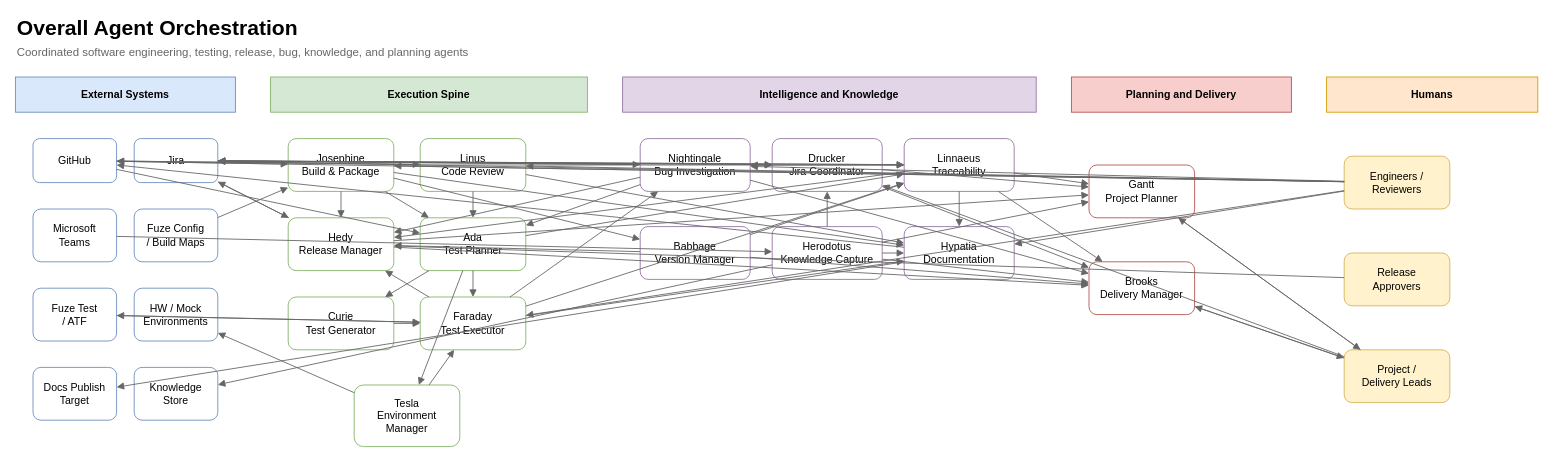
The draw.io diagram docs/diagrams/workforce/AGENT_ORCHESTRATION.drawio in jmac-cornelis/agent-workforce, before the edit. Source tidied: cells renumbered, new cells numbered last; positions are measured from the earlier drawing's top-left corner, leaving out a move shared by most shapes. Both pictures are drawn from the tidied source at 88%, with x=0, y=0 at pixel (15, 15).
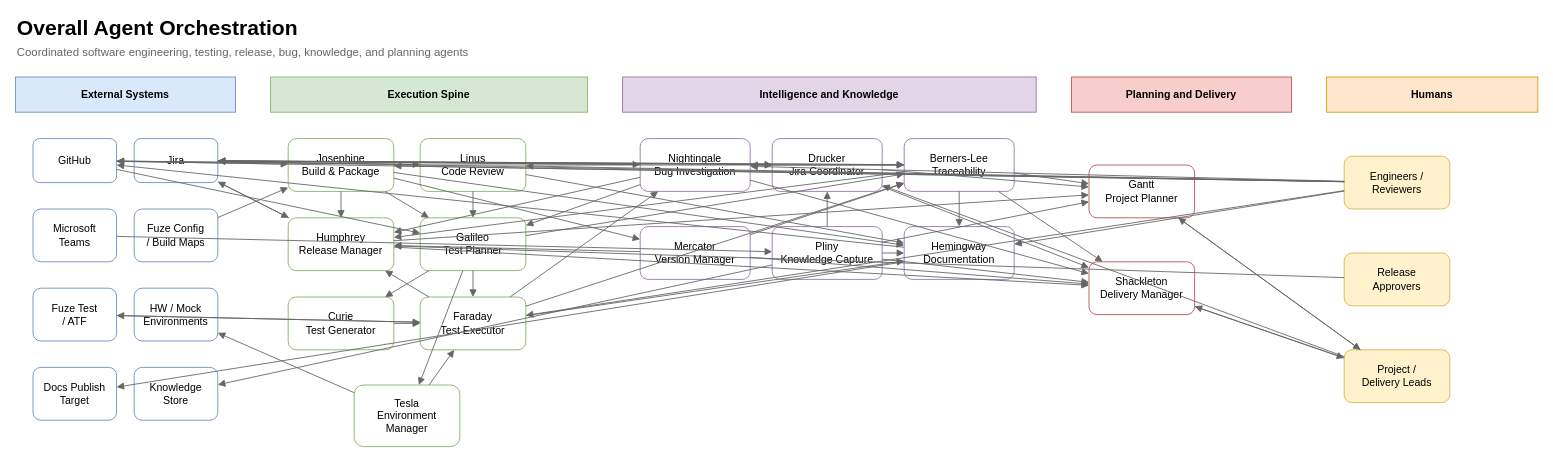
After the change.

The edit, as a diff of the source:
```diff
@@
-    <mxCell id="19" value="Hedy&#10;Release Manager" style="rounded=1;whiteSpace=wrap;html=1;fillColor=#ffffff;strokeColor=#82b366;" parent="1" vertex="1">
+    <mxCell id="19" value="Humphrey&#10;Release Manager" style="rounded=1;whiteSpace=wrap;html=1;fillColor=#ffffff;strokeColor=#82b366;" parent="1" vertex="1">
       <mxGeometry x="310" y="230" width="120" height="60" as="geometry" />
     </mxCell>
-    <mxCell id="20" value="Ada&#10;Test Planner" style="rounded=1;whiteSpace=wrap;html=1;fillColor=#ffffff;strokeColor=#82b366;" parent="1" vertex="1">
+    <mxCell id="20" value="Galileo&#10;Test Planner" style="rounded=1;whiteSpace=wrap;html=1;fillColor=#ffffff;strokeColor=#82b366;" parent="1" vertex="1">
       <mxGeometry x="460" y="230" width="120" height="60" as="geometry" />
     </mxCell>
@@
-    <mxCell id="26" value="Linnaeus&#10;Traceability" style="rounded=1;whiteSpace=wrap;html=1;fillColor=#ffffff;strokeColor=#9673a6;" parent="1" vertex="1">
+    <mxCell id="26" value="Berners-Lee&#10;Traceability" style="rounded=1;whiteSpace=wrap;html=1;fillColor=#ffffff;strokeColor=#9673a6;" parent="1" vertex="1">
       <mxGeometry x="1010" y="140" width="125" height="60" as="geometry" />
     </mxCell>
-    <mxCell id="27" value="Babbage&#10;Version Manager" style="rounded=1;whiteSpace=wrap;html=1;fillColor=#ffffff;strokeColor=#9673a6;" parent="1" vertex="1">
+    <mxCell id="27" value="Mercator&#10;Version Manager" style="rounded=1;whiteSpace=wrap;html=1;fillColor=#ffffff;strokeColor=#9673a6;" parent="1" vertex="1">
       <mxGeometry x="710" y="240" width="125" height="60" as="geometry" />
     </mxCell>
-    <mxCell id="28" value="Herodotus&#10;Knowledge Capture" style="rounded=1;whiteSpace=wrap;html=1;fillColor=#ffffff;strokeColor=#9673a6;" parent="1" vertex="1">
+    <mxCell id="28" value="Pliny&#10;Knowledge Capture" style="rounded=1;whiteSpace=wrap;html=1;fillColor=#ffffff;strokeColor=#9673a6;" parent="1" vertex="1">
       <mxGeometry x="860" y="240" width="125" height="60" as="geometry" />
     </mxCell>
-    <mxCell id="29" value="Hypatia&#10;Documentation" style="rounded=1;whiteSpace=wrap;html=1;fillColor=#ffffff;strokeColor=#9673a6;" parent="1" vertex="1">
+    <mxCell id="29" value="Hemingway&#10;Documentation" style="rounded=1;whiteSpace=wrap;html=1;fillColor=#ffffff;strokeColor=#9673a6;" parent="1" vertex="1">
       <mxGeometry x="1010" y="240" width="125" height="60" as="geometry" />
     </mxCell>
@@
-    <mxCell id="31" value="Brooks&#10;Delivery Manager" style="rounded=1;whiteSpace=wrap;html=1;fillColor=#ffffff;strokeColor=#b85450;" parent="1" vertex="1">
+    <mxCell id="31" value="Shackleton&#10;Delivery Manager" style="rounded=1;whiteSpace=wrap;html=1;fillColor=#ffffff;strokeColor=#b85450;" parent="1" vertex="1">
       <mxGeometry x="1220" y="280" width="120" height="60" as="geometry" />
     </mxCell>
```
